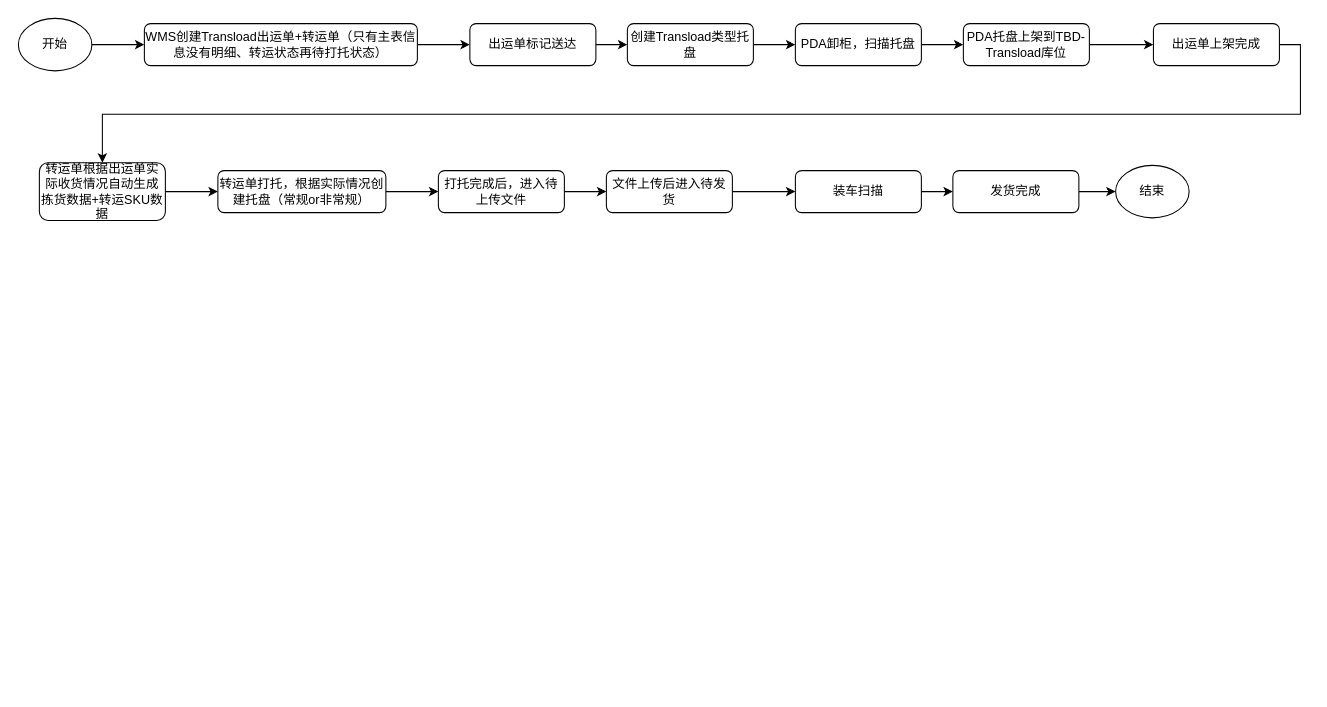
Before: page "第 1 页" (1 of 2) of 未命名绘图.drawio in OJBK123/Draws, a draw.io diagram. Source tidied: cells renumbered, new cells numbered last; positions are measured from the earlier drawing's top-left corner, leaving out a move shared by most shapes. Both pictures are drawn from the tidied source at 105%, with x=0, y=0 at pixel (18, 18).
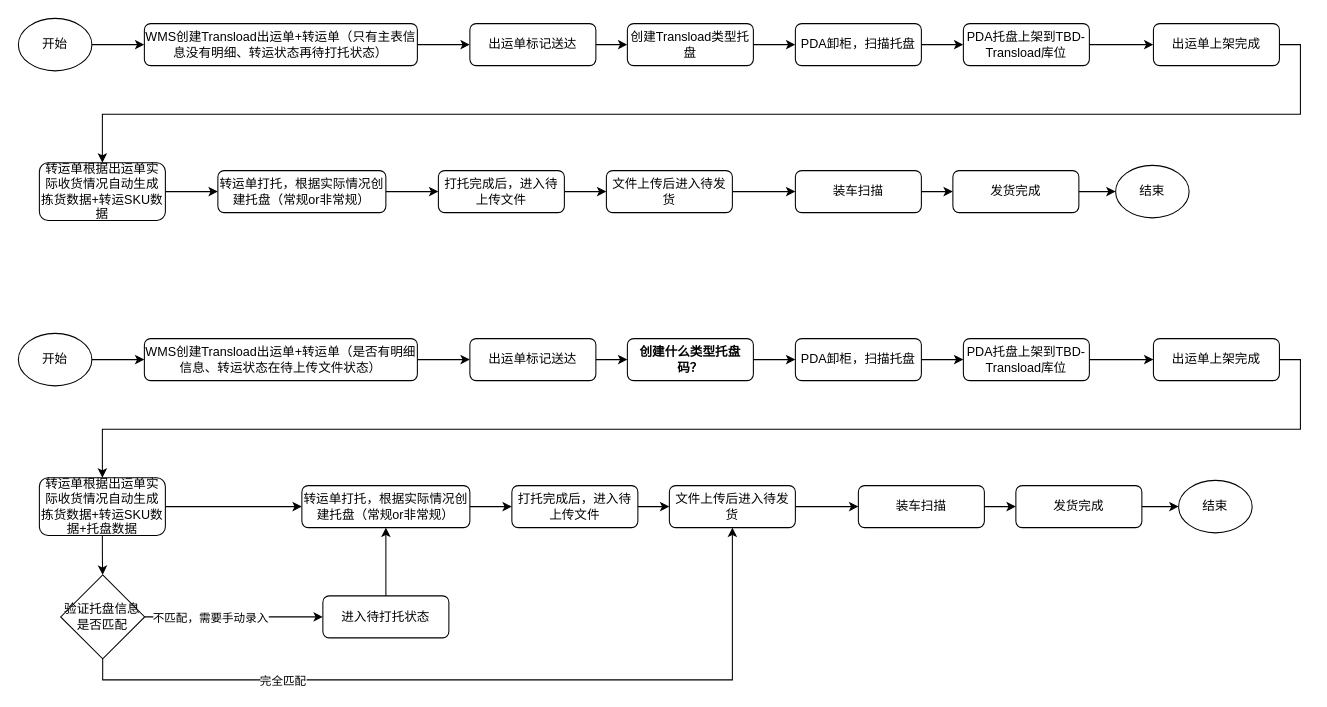
Above is the later version.

Commit message:
已添加 未命名绘图.drawio

What changed in the source:
```diff
@@
+    <mxCell id="29" style="edgeStyle=orthogonalEdgeStyle;rounded=0;jettySize=auto;html=1;exitX=1;exitY=0.5;exitDx=0;exitDy=0;" parent="1" edge="1" source="30" target="32">
+      <mxGeometry relative="1" as="geometry" />
+    </mxCell>
+    <mxCell id="30" value="开始" style="ellipse;whiteSpace=wrap;html=1;" parent="1" vertex="1">
+      <mxGeometry y="300" width="70" height="50" as="geometry" />
+    </mxCell>
+    <mxCell id="31" style="edgeStyle=orthogonalEdgeStyle;rounded=0;jettySize=auto;html=1;exitX=1;exitY=0.5;exitDx=0;exitDy=0;" parent="1" edge="1" source="32" target="34">
+      <mxGeometry relative="1" as="geometry" />
+    </mxCell>
+    <mxCell id="32" value="WMS创建Transload出运单+转运单（是否有明细信息、转运状态在待上传文件状态）" style="rounded=1;whiteSpace=wrap;html=1;fontSize=12;glass=0;strokeWidth=1;shadow=0;" parent="1" vertex="1">
+      <mxGeometry x="120" y="305" width="260" height="40" as="geometry" />
+    </mxCell>
+    <mxCell id="33" style="edgeStyle=orthogonalEdgeStyle;rounded=0;jettySize=auto;html=1;exitX=1;exitY=0.5;exitDx=0;exitDy=0;" parent="1" edge="1" source="34" target="36">
+      <mxGeometry relative="1" as="geometry" />
+    </mxCell>
+    <mxCell id="34" value="出运单标记送达" style="rounded=1;whiteSpace=wrap;html=1;fontSize=12;glass=0;strokeWidth=1;shadow=0;" parent="1" vertex="1">
+      <mxGeometry x="430" y="305" width="120" height="40" as="geometry" />
+    </mxCell>
+    <mxCell id="35" style="edgeStyle=orthogonalEdgeStyle;rounded=0;jettySize=auto;html=1;exitX=1;exitY=0.5;exitDx=0;exitDy=0;" parent="1" edge="1" source="36" target="38">
+      <mxGeometry relative="1" as="geometry" />
+    </mxCell>
+    <mxCell id="36" value="&lt;b&gt;创建什么类型托盘码？&lt;/b&gt;" style="rounded=1;whiteSpace=wrap;html=1;fontSize=12;glass=0;strokeWidth=1;shadow=0;" parent="1" vertex="1">
+      <mxGeometry x="580" y="305" width="120" height="40" as="geometry" />
+    </mxCell>
+    <mxCell id="37" style="edgeStyle=orthogonalEdgeStyle;rounded=0;jettySize=auto;html=1;exitX=1;exitY=0.5;exitDx=0;exitDy=0;" parent="1" edge="1" source="38" target="40">
+      <mxGeometry relative="1" as="geometry" />
+    </mxCell>
+    <mxCell id="38" value="PDA卸柜，扫描托盘" style="rounded=1;whiteSpace=wrap;html=1;fontSize=12;glass=0;strokeWidth=1;shadow=0;" parent="1" vertex="1">
+      <mxGeometry x="740" y="305" width="120" height="40" as="geometry" />
+    </mxCell>
+    <mxCell id="39" style="edgeStyle=orthogonalEdgeStyle;rounded=0;jettySize=auto;html=1;exitX=1;exitY=0.5;exitDx=0;exitDy=0;" parent="1" edge="1" source="40" target="42">
+      <mxGeometry relative="1" as="geometry" />
+    </mxCell>
+    <mxCell id="40" value="PDA托盘上架到TBD-Transload库位" style="rounded=1;whiteSpace=wrap;html=1;fontSize=12;glass=0;strokeWidth=1;shadow=0;" parent="1" vertex="1">
+      <mxGeometry x="900" y="305" width="120" height="40" as="geometry" />
+    </mxCell>
+    <mxCell id="41" style="edgeStyle=orthogonalEdgeStyle;rounded=0;jettySize=auto;html=1;exitX=1;exitY=0.5;exitDx=0;exitDy=0;" parent="1" edge="1" source="42" target="45">
+      <mxGeometry relative="1" as="geometry" />
+    </mxCell>
+    <mxCell id="42" value="出运单上架完成" style="rounded=1;whiteSpace=wrap;html=1;fontSize=12;glass=0;strokeWidth=1;shadow=0;" parent="1" vertex="1">
+      <mxGeometry x="1081" y="305" width="120" height="40" as="geometry" />
+    </mxCell>
+    <mxCell id="43" style="edgeStyle=orthogonalEdgeStyle;rounded=0;jettySize=auto;html=1;exitX=1;exitY=0.5;exitDx=0;exitDy=0;" parent="1" edge="1" source="45" target="47">
+      <mxGeometry relative="1" as="geometry" />
+    </mxCell>
+    <mxCell id="44" style="edgeStyle=orthogonalEdgeStyle;rounded=0;jettySize=auto;html=1;exitX=0.5;exitY=1;exitDx=0;exitDy=0;" parent="1" edge="1" source="45" target="59">
+      <mxGeometry relative="1" as="geometry" />
+    </mxCell>
+    <mxCell id="45" value="转运单根据出运单实际收货情况自动生成拣货数据+转运SKU数据+托盘数据" style="rounded=1;whiteSpace=wrap;html=1;fontSize=12;glass=0;strokeWidth=1;shadow=0;" parent="1" vertex="1">
+      <mxGeometry x="20" y="437.5" width="120" height="55" as="geometry" />
+    </mxCell>
+    <mxCell id="46" style="edgeStyle=orthogonalEdgeStyle;rounded=0;jettySize=auto;html=1;exitX=1;exitY=0.5;exitDx=0;exitDy=0;" parent="1" edge="1" source="47" target="49">
+      <mxGeometry relative="1" as="geometry" />
+    </mxCell>
+    <mxCell id="47" value="转运单打托，根据实际情况创建托盘（常规or非常规）" style="rounded=1;whiteSpace=wrap;html=1;fontSize=12;glass=0;strokeWidth=1;shadow=0;" parent="1" vertex="1">
+      <mxGeometry x="270" y="445" width="160" height="40" as="geometry" />
+    </mxCell>
+    <mxCell id="48" style="edgeStyle=orthogonalEdgeStyle;rounded=0;jettySize=auto;html=1;exitX=1;exitY=0.5;exitDx=0;exitDy=0;" parent="1" edge="1" source="49" target="51">
+      <mxGeometry relative="1" as="geometry" />
+    </mxCell>
+    <mxCell id="49" value="打托完成后，进入待上传文件" style="rounded=1;whiteSpace=wrap;html=1;fontSize=12;glass=0;strokeWidth=1;shadow=0;" parent="1" vertex="1">
+      <mxGeometry x="470" y="445" width="120" height="40" as="geometry" />
+    </mxCell>
+    <mxCell id="50" style="edgeStyle=orthogonalEdgeStyle;rounded=0;jettySize=auto;html=1;exitX=1;exitY=0.5;exitDx=0;exitDy=0;" parent="1" edge="1" source="51" target="53">
+      <mxGeometry relative="1" as="geometry" />
+    </mxCell>
+    <mxCell id="51" value="文件上传后进入待发货" style="rounded=1;whiteSpace=wrap;html=1;fontSize=12;glass=0;strokeWidth=1;shadow=0;" parent="1" vertex="1">
+      <mxGeometry x="620" y="445" width="120" height="40" as="geometry" />
+    </mxCell>
+    <mxCell id="52" style="edgeStyle=orthogonalEdgeStyle;rounded=0;jettySize=auto;html=1;exitX=1;exitY=0.5;exitDx=0;exitDy=0;" parent="1" edge="1" source="53" target="55">
+      <mxGeometry relative="1" as="geometry" />
+    </mxCell>
+    <mxCell id="53" value="装车扫描" style="rounded=1;whiteSpace=wrap;html=1;fontSize=12;glass=0;strokeWidth=1;shadow=0;" parent="1" vertex="1">
+      <mxGeometry x="800" y="445" width="120" height="40" as="geometry" />
+    </mxCell>
+    <mxCell id="54" style="edgeStyle=orthogonalEdgeStyle;rounded=0;jettySize=auto;html=1;exitX=1;exitY=0.5;exitDx=0;exitDy=0;" parent="1" edge="1" source="55" target="56">
+      <mxGeometry relative="1" as="geometry" />
+    </mxCell>
+    <mxCell id="55" value="发货完成" style="rounded=1;whiteSpace=wrap;html=1;fontSize=12;glass=0;strokeWidth=1;shadow=0;" parent="1" vertex="1">
+      <mxGeometry x="950" y="445" width="120" height="40" as="geometry" />
+    </mxCell>
+    <mxCell id="56" value="结束" style="ellipse;whiteSpace=wrap;html=1;" parent="1" vertex="1">
+      <mxGeometry x="1105" y="440" width="70" height="50" as="geometry" />
+    </mxCell>
+    <mxCell id="57" style="edgeStyle=orthogonalEdgeStyle;rounded=0;jettySize=auto;html=1;exitX=0.5;exitY=1;exitDx=0;exitDy=0;entryX=0.5;entryY=1;entryDx=0;entryDy=0;" parent="1" edge="1" source="59" target="51">
+      <mxGeometry relative="1" as="geometry" />
+    </mxCell>
+    <mxCell id="58" value="完全匹配" style="edgeLabel;html=1;align=center;verticalAlign=middle;" parent="57" vertex="1">
+      <mxGeometry x="-0.5" relative="1" as="geometry" />
+    </mxCell>
+    <mxCell id="59" value="验证托盘信息是否匹配" style="rhombus;whiteSpace=wrap;html=1;" parent="1" vertex="1">
+      <mxGeometry x="40.3" y="530" width="80" height="80" as="geometry" />
+    </mxCell>
+    <mxCell id="60" style="edgeStyle=orthogonalEdgeStyle;rounded=0;jettySize=auto;html=1;exitX=1;exitY=0.5;exitDx=0;exitDy=0;" parent="1" edge="1" source="59" target="63">
+      <mxGeometry relative="1" as="geometry" />
+    </mxCell>
+    <mxCell id="61" value="不匹配，需要手动录入" style="edgeLabel;html=1;align=center;verticalAlign=middle;" parent="60" vertex="1">
+      <mxGeometry x="-0.56" relative="1" as="geometry">
+        <mxPoint x="25" as="offset" />
+      </mxGeometry>
+    </mxCell>
+    <mxCell id="62" style="edgeStyle=orthogonalEdgeStyle;rounded=0;jettySize=auto;html=1;exitX=0.5;exitY=0;exitDx=0;exitDy=0;entryX=0.5;entryY=1;entryDx=0;entryDy=0;" parent="1" edge="1" source="63" target="47">
+      <mxGeometry relative="1" as="geometry" />
+    </mxCell>
+    <mxCell id="63" value="进入待打托状态" style="rounded=1;whiteSpace=wrap;html=1;fontSize=12;glass=0;strokeWidth=1;shadow=0;" parent="1" vertex="1">
+      <mxGeometry x="290" y="550" width="120" height="40" as="geometry" />
+    </mxCell>
```
